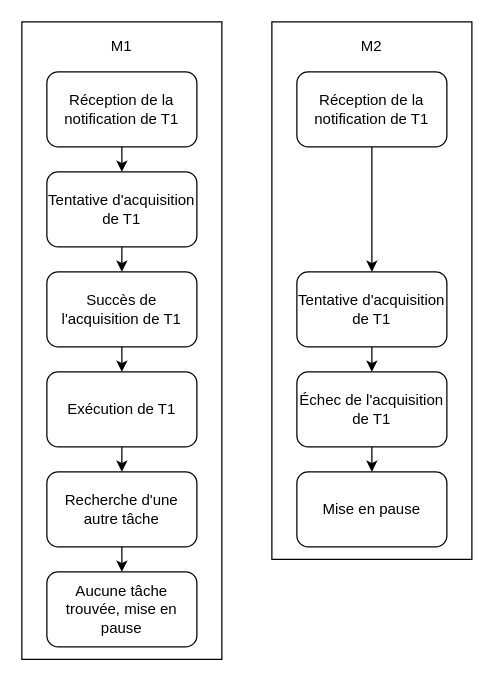
This is page "Page-1" (1 of 2) of task-engine-ruby/07-ajout-de-taches/diag.drawio from archiloque/blog, a draw.io file, before an edit. Source tidied: cells renumbered, new cells numbered last; positions are measured from the earlier drawing's top-left corner, leaving out a move shared by most shapes. Both pictures are drawn from the tidied source at 125%, with x=0, y=0 at pixel (21, 21).
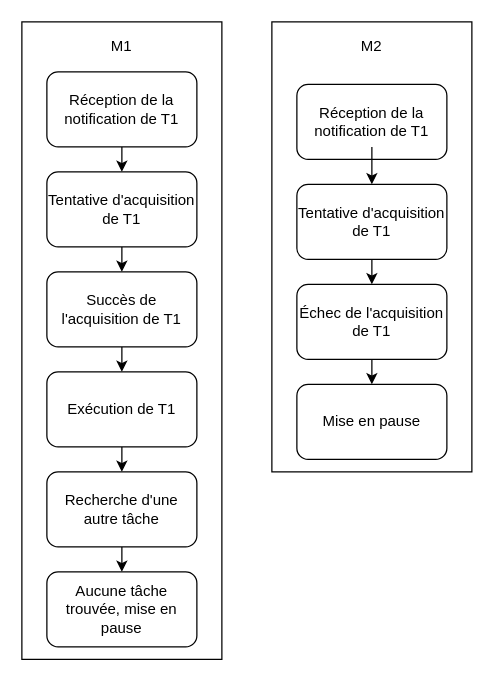
The same diagram, later.

Diff of the diagram source:
```diff
@@
     <mxCell id="4" style="rounded=0;whiteSpace=wrap;html=1;fillColor=none;" parent="1" vertex="1">
-      <mxGeometry x="200" width="160" height="430" as="geometry" />
+      <mxGeometry x="200" width="160" height="360" as="geometry" />
     </mxCell>
@@
     <mxCell id="7" value="Réception de la notification de T1" style="rounded=1;whiteSpace=wrap;html=1;fillColor=none;" parent="1" vertex="1">
-      <mxGeometry x="220" y="40" width="120" height="60" as="geometry" />
+      <mxGeometry x="220" y="50" width="120" height="60" as="geometry" />
     </mxCell>
@@
     <mxCell id="13" value="Tentative d'acquisition de T1" style="rounded=1;whiteSpace=wrap;html=1;fillColor=none;" parent="1" vertex="1">
-      <mxGeometry x="220" y="200" width="120" height="60" as="geometry" />
+      <mxGeometry x="220" y="130" width="120" height="60" as="geometry" />
     </mxCell>
     <mxCell id="14" value="Échec de l'acquisition de T1" style="rounded=1;whiteSpace=wrap;html=1;fillColor=none;" parent="1" vertex="1">
-      <mxGeometry x="220" y="280" width="120" height="60" as="geometry" />
+      <mxGeometry x="220" y="210" width="120" height="60" as="geometry" />
     </mxCell>
     <mxCell id="15" value="Mise en pause" style="rounded=1;whiteSpace=wrap;html=1;fillColor=none;" parent="1" vertex="1">
-      <mxGeometry x="220" y="360" width="120" height="60" as="geometry" />
+      <mxGeometry x="220" y="290" width="120" height="60" as="geometry" />
     </mxCell>
@@
+    <mxCell id="24" style="edgeStyle=orthogonalEdgeStyle;rounded=0;orthogonalLoop=1;jettySize=auto;html=1;exitX=0.5;exitY=1;exitDx=0;exitDy=0;" parent="1" edge="1" source="4" target="4">
+      <mxGeometry relative="1" as="geometry" />
+    </mxCell>
```
